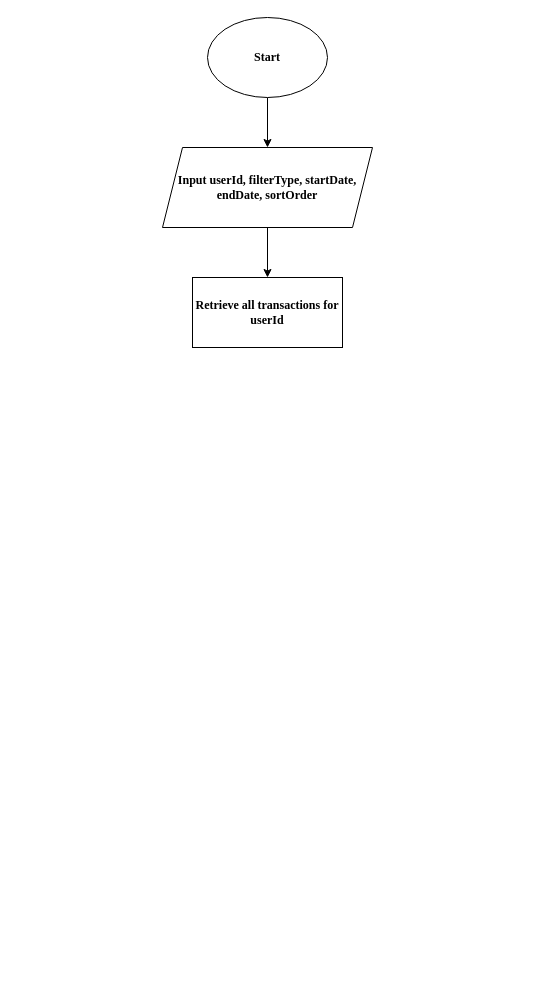
The draw.io diagram Untitled Diagram.drawio in Aysheh04/exercise2021, before the edit. Source tidied: cells renumbered, new cells numbered last; positions are measured from the earlier drawing's top-left corner, leaving out a move shared by most shapes. Both pictures are drawn from the tidied source at 100%, with x=0, y=0 at pixel (162, 17).
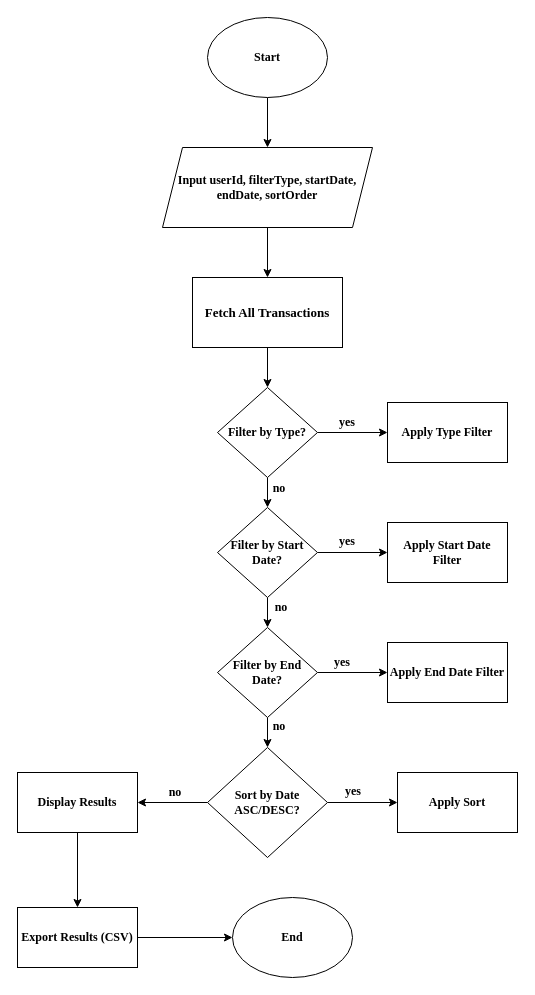
The same page after the edit.

Diff of the diagram source:
```diff
@@
+    <mxCell id="7" style="edgeStyle=orthogonalEdgeStyle;rounded=0;jettySize=auto;html=1;exitX=0.5;exitY=1;exitDx=0;exitDy=0;entryX=0.5;entryY=0;entryDx=0;entryDy=0;" parent="1" edge="1" source="6" target="10">
+      <mxGeometry relative="1" as="geometry" />
+    </mxCell>
-    <mxCell id="6" value="&lt;b&gt;&lt;font face=&quot;Times New Roman&quot;&gt;Retrieve all transactions for userId&lt;/font&gt;&lt;/b&gt;" style="rounded=0;whiteSpace=wrap;html=1;" parent="1" vertex="1">
+    <mxCell id="6" value="&lt;font style=&quot;font-size: 13px;&quot; face=&quot;Times New Roman&quot;&gt;&lt;b&gt;Fetch All Transactions&lt;/b&gt;&lt;/font&gt;" style="rounded=0;whiteSpace=wrap;html=1;" parent="1" vertex="1">
       <mxGeometry x="30" y="260" width="150" height="70" as="geometry" />
     </mxCell>
+    <mxCell id="8" style="edgeStyle=orthogonalEdgeStyle;rounded=0;jettySize=auto;html=1;entryX=0;entryY=0.5;entryDx=0;entryDy=0;" parent="1" edge="1" source="10" target="11">
+      <mxGeometry relative="1" as="geometry" />
+    </mxCell>
+    <mxCell id="9" style="edgeStyle=orthogonalEdgeStyle;rounded=0;jettySize=auto;html=1;exitX=0.5;exitY=1;exitDx=0;exitDy=0;entryX=0.5;entryY=0;entryDx=0;entryDy=0;" parent="1" edge="1" source="10" target="14">
+      <mxGeometry relative="1" as="geometry" />
+    </mxCell>
+    <mxCell id="10" value="&lt;b&gt;&lt;font face=&quot;Times New Roman&quot;&gt;Filter by Type?&lt;br&gt;&lt;/font&gt;&lt;/b&gt;" style="rhombus;whiteSpace=wrap;html=1;" parent="1" vertex="1">
+      <mxGeometry x="55" y="370" width="100" height="90" as="geometry" />
+    </mxCell>
+    <mxCell id="11" value="&lt;b&gt;&lt;font face=&quot;Times New Roman&quot;&gt;Apply Type Filter&lt;/font&gt;&lt;/b&gt;" style="rounded=0;whiteSpace=wrap;html=1;" parent="1" vertex="1">
+      <mxGeometry x="225" y="385" width="120" height="60" as="geometry" />
+    </mxCell>
+    <mxCell id="12" style="edgeStyle=orthogonalEdgeStyle;rounded=0;jettySize=auto;html=1;exitX=0.5;exitY=1;exitDx=0;exitDy=0;entryX=0.5;entryY=0;entryDx=0;entryDy=0;" parent="1" edge="1" source="14" target="19">
+      <mxGeometry relative="1" as="geometry" />
+    </mxCell>
+    <mxCell id="13" style="edgeStyle=orthogonalEdgeStyle;rounded=0;jettySize=auto;html=1;exitX=1;exitY=0.5;exitDx=0;exitDy=0;entryX=0;entryY=0.5;entryDx=0;entryDy=0;" parent="1" edge="1" source="14" target="15">
+      <mxGeometry relative="1" as="geometry" />
+    </mxCell>
+    <mxCell id="14" value="&lt;b&gt;&lt;font face=&quot;Times New Roman&quot;&gt;Filter by Start Date?&lt;/font&gt;&lt;/b&gt;" style="rhombus;whiteSpace=wrap;html=1;" parent="1" vertex="1">
+      <mxGeometry x="55" y="490" width="100" height="90" as="geometry" />
+    </mxCell>
+    <mxCell id="15" value="&lt;b&gt;&lt;font face=&quot;Times New Roman&quot;&gt;Apply Start Date Filter&lt;/font&gt;&lt;/b&gt;" style="rounded=0;whiteSpace=wrap;html=1;" parent="1" vertex="1">
+      <mxGeometry x="225" y="505" width="120" height="60" as="geometry" />
+    </mxCell>
+    <mxCell id="16" value="&lt;b&gt;&lt;font face=&quot;Times New Roman&quot;&gt;yes&lt;/font&gt;&lt;/b&gt;" style="text;html=1;align=center;verticalAlign=middle;whiteSpace=wrap;rounded=0;" parent="1" vertex="1">
+      <mxGeometry x="161" y="759" width="60" height="30" as="geometry" />
+    </mxCell>
+    <mxCell id="17" style="edgeStyle=orthogonalEdgeStyle;rounded=0;jettySize=auto;html=1;exitX=1;exitY=0.5;exitDx=0;exitDy=0;entryX=0;entryY=0.5;entryDx=0;entryDy=0;" parent="1" edge="1" source="19" target="20">
+      <mxGeometry relative="1" as="geometry" />
+    </mxCell>
+    <mxCell id="18" style="edgeStyle=orthogonalEdgeStyle;rounded=0;jettySize=auto;html=1;exitX=0.5;exitY=1;exitDx=0;exitDy=0;entryX=0.5;entryY=0;entryDx=0;entryDy=0;" parent="1" edge="1" source="19" target="23">
+      <mxGeometry relative="1" as="geometry" />
+    </mxCell>
+    <mxCell id="19" value="&lt;b&gt;&lt;font face=&quot;Times New Roman&quot;&gt;Filter by End Date?&lt;/font&gt;&lt;/b&gt;" style="rhombus;whiteSpace=wrap;html=1;" parent="1" vertex="1">
+      <mxGeometry x="55" y="610" width="100" height="90" as="geometry" />
+    </mxCell>
+    <mxCell id="20" value="&lt;b&gt;&lt;font face=&quot;Times New Roman&quot;&gt;Apply End Date Filter&lt;/font&gt;&lt;/b&gt;" style="rounded=0;whiteSpace=wrap;html=1;" parent="1" vertex="1">
+      <mxGeometry x="225" y="625" width="120" height="60" as="geometry" />
+    </mxCell>
+    <mxCell id="21" style="edgeStyle=orthogonalEdgeStyle;rounded=0;jettySize=auto;html=1;entryX=0;entryY=0.5;entryDx=0;entryDy=0;" parent="1" edge="1" source="23" target="24">
+      <mxGeometry relative="1" as="geometry" />
+    </mxCell>
+    <mxCell id="22" style="edgeStyle=orthogonalEdgeStyle;rounded=0;jettySize=auto;html=1;exitX=0;exitY=0.5;exitDx=0;exitDy=0;entryX=1;entryY=0.5;entryDx=0;entryDy=0;" parent="1" edge="1" source="23" target="32">
+      <mxGeometry relative="1" as="geometry" />
+    </mxCell>
+    <mxCell id="23" value="&lt;b&gt;&lt;font face=&quot;Times New Roman&quot;&gt;Sort by Date ASC/DESC?&lt;/font&gt;&lt;/b&gt;" style="rhombus;whiteSpace=wrap;html=1;" parent="1" vertex="1">
+      <mxGeometry x="45" y="730" width="120" height="110" as="geometry" />
+    </mxCell>
+    <mxCell id="24" value="&lt;b&gt;&lt;font face=&quot;Times New Roman&quot;&gt;Apply Sort&lt;/font&gt;&lt;/b&gt;" style="rounded=0;whiteSpace=wrap;html=1;" parent="1" vertex="1">
+      <mxGeometry x="235" y="755" width="120" height="60" as="geometry" />
+    </mxCell>
+    <mxCell id="25" value="&lt;b&gt;&lt;font face=&quot;Times New Roman&quot;&gt;yes&lt;/font&gt;&lt;/b&gt;" style="text;html=1;align=center;verticalAlign=middle;whiteSpace=wrap;rounded=0;" parent="1" vertex="1">
+      <mxGeometry x="155" y="390" width="60" height="30" as="geometry" />
+    </mxCell>
+    <mxCell id="26" value="&lt;b&gt;&lt;font face=&quot;Times New Roman&quot;&gt;yes&lt;/font&gt;&lt;/b&gt;" style="text;html=1;align=center;verticalAlign=middle;whiteSpace=wrap;rounded=0;" parent="1" vertex="1">
+      <mxGeometry x="150" y="630" width="60" height="30" as="geometry" />
+    </mxCell>
+    <mxCell id="27" value="&lt;b&gt;&lt;font face=&quot;Times New Roman&quot;&gt;yes&lt;/font&gt;&lt;/b&gt;" style="text;html=1;align=center;verticalAlign=middle;whiteSpace=wrap;rounded=0;" parent="1" vertex="1">
+      <mxGeometry x="155" y="509" width="60" height="30" as="geometry" />
+    </mxCell>
+    <mxCell id="28" value="&lt;b&gt;&lt;font face=&quot;Times New Roman&quot;&gt;no&lt;/font&gt;&lt;/b&gt;" style="text;html=1;align=center;verticalAlign=middle;whiteSpace=wrap;rounded=0;" parent="1" vertex="1">
+      <mxGeometry x="87" y="456" width="60" height="30" as="geometry" />
+    </mxCell>
+    <mxCell id="29" value="&lt;b&gt;&lt;font face=&quot;Times New Roman&quot;&gt;no&lt;/font&gt;&lt;/b&gt;" style="text;html=1;align=center;verticalAlign=middle;whiteSpace=wrap;rounded=0;" parent="1" vertex="1">
+      <mxGeometry x="89" y="575" width="60" height="30" as="geometry" />
+    </mxCell>
+    <mxCell id="30" value="&lt;b&gt;&lt;font face=&quot;Times New Roman&quot;&gt;no&lt;/font&gt;&lt;/b&gt;" style="text;html=1;align=center;verticalAlign=middle;whiteSpace=wrap;rounded=0;" parent="1" vertex="1">
+      <mxGeometry x="87" y="694" width="60" height="30" as="geometry" />
+    </mxCell>
+    <mxCell id="31" style="edgeStyle=orthogonalEdgeStyle;rounded=0;jettySize=auto;html=1;entryX=0.5;entryY=0;entryDx=0;entryDy=0;" parent="1" edge="1" source="32" target="35">
+      <mxGeometry relative="1" as="geometry" />
+    </mxCell>
+    <mxCell id="32" value="&lt;b&gt;&lt;font face=&quot;Times New Roman&quot;&gt;Display Results&lt;/font&gt;&lt;/b&gt;" style="rounded=0;whiteSpace=wrap;html=1;" parent="1" vertex="1">
+      <mxGeometry x="-145" y="755" width="120" height="60" as="geometry" />
+    </mxCell>
+    <mxCell id="33" value="&lt;b&gt;&lt;font face=&quot;Times New Roman&quot;&gt;no&lt;/font&gt;&lt;/b&gt;" style="text;html=1;align=center;verticalAlign=middle;whiteSpace=wrap;rounded=0;" parent="1" vertex="1">
+      <mxGeometry x="-17" y="760" width="60" height="30" as="geometry" />
+    </mxCell>
+    <mxCell id="34" style="edgeStyle=orthogonalEdgeStyle;rounded=0;jettySize=auto;html=1;entryX=0;entryY=0.5;entryDx=0;entryDy=0;" parent="1" edge="1" source="35" target="36">
+      <mxGeometry relative="1" as="geometry" />
+    </mxCell>
+    <mxCell id="35" value="&lt;b&gt;&lt;font face=&quot;Times New Roman&quot;&gt;&lt;br&gt;Export Results (CSV)&lt;br&gt;&lt;br&gt;&lt;/font&gt;&lt;/b&gt;" style="rounded=0;whiteSpace=wrap;html=1;" parent="1" vertex="1">
+      <mxGeometry x="-145" y="890" width="120" height="60" as="geometry" />
+    </mxCell>
+    <mxCell id="36" value="&lt;blockquote&gt;&lt;b&gt;&lt;font face=&quot;Times New Roman&quot;&gt;End&lt;/font&gt;&lt;/b&gt;&lt;/blockquote&gt;" style="ellipse;whiteSpace=wrap;html=1;" parent="1" vertex="1">
+      <mxGeometry x="70" y="880" width="120" height="80" as="geometry" />
+    </mxCell>
```
